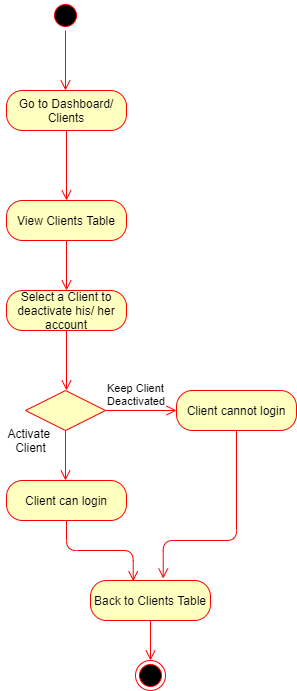
Above: Diagrams/Activity Diagrams FINAL/AC_37-38_View Deactivate Activate Client.png in kkasharaj17/SE-project (draw.io), before the change. Source tidied: cells renumbered, new cells last; positions are measured from the earlier drawing's top-left corner, leaving out a move shared by most shapes.
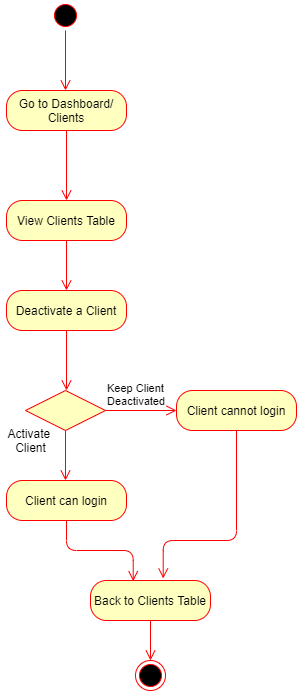
After the change.

The edit, as a diff of the source:
```diff
@@ -21,7 +21,7 @@
         <mxPoint x="66" y="290" as="targetPoint" />
       </mxGeometry>
     </mxCell>
-    <mxCell id="7" value="Select a Client to deactivate his/ her account" style="rounded=1;whiteSpace=wrap;html=1;arcSize=40;fontColor=#000000;fillColor=#ffffc0;strokeColor=#ff0000;" parent="1" vertex="1">
+    <mxCell id="7" value="Deactivate a Client" style="rounded=1;whiteSpace=wrap;html=1;arcSize=40;fontColor=#000000;fillColor=#ffffc0;strokeColor=#ff0000;" parent="1" vertex="1">
       <mxGeometry x="6" y="290" width="120" height="40" as="geometry" />
     </mxCell>
     <mxCell id="8" style="edgeStyle=orthogonalEdgeStyle;html=1;verticalAlign=bottom;endArrow=open;endSize=8;strokeColor=#ff0000;" parent="1" edge="1" source="7">
```
